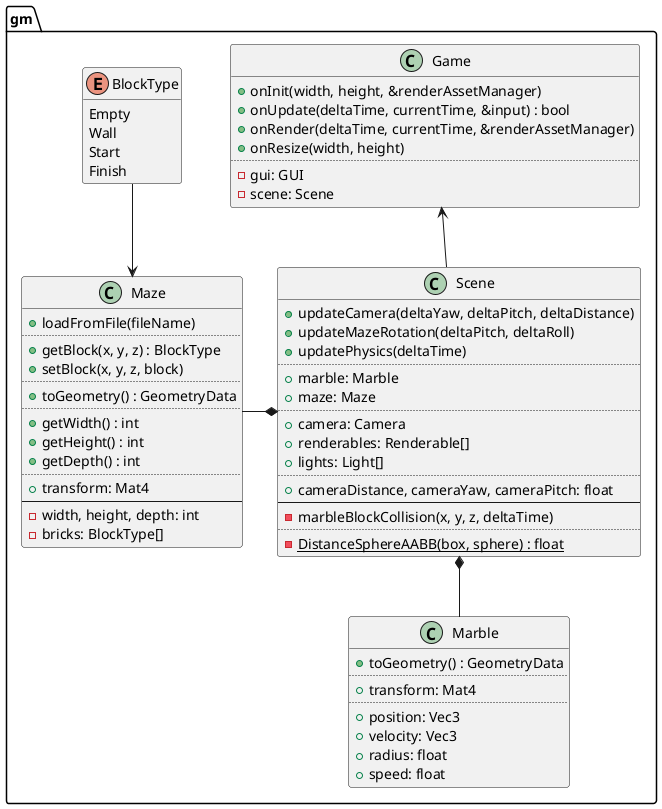
This is design/gm.png from ba6er/marblemaze, a PlantUML export, as it was before one commit. The source it was exported from:
```plantuml
@startuml
set separator ::

class gm::Game {
	+onInit(width, height, &renderAssetManager)
	+onUpdate(deltaTime, currentTime, &input) : bool
	+onRender(deltaTime, currentTime, &renderAssetManager)
	+onResize(width, height)
	..
	-gui: GUI
	-scene: Scene
}

class gm::Scene {
	+updateCamera(deltaYaw, deltaPitch, deltaDistance)
	+updateMazeRotation(deltaPitch, deltaRoll)
	+updatePhysics(deltaTime)
	..
	+marble: Marble
	+maze: Maze
	..
	+camera: Camera
	+renderables: Renderable[]
	+lights: Light[]
	..
	+cameraDistance, cameraYaw, cameraPitch: float
	--
	-marbleBlockCollision(x, y, z, deltaTime)
	..
	{static} -DistanceSphereAABB(box, sphere) : float
}

enum gm::BlockType {
	Empty
	Wall
	Start
	Finish
}
hide BlockType methods

class gm::Maze {
	+loadFromFile(fileName)
	..
	+getBlock(x, y, z) : BlockType
	+setBlock(x, y, z, block)
	..
	+toGeometry() : GeometryData
	..
	+getWidth() : int
	+getHeight() : int
	+getDepth() : int
	..
	+transform: Mat4
	--
	-width, height, depth: int
	-bricks: BlockType[]
}

class gm::Marble {
	+toGeometry() : GeometryData
	..
	+transform: Mat4
	..
	+position: Vec3
	+velocity: Vec3
	+radius: float
	+speed: float
}

Game <-- Scene

Maze <-up- BlockType

Scene *-left- Maze
Scene *-down- Marble

@enduml
```
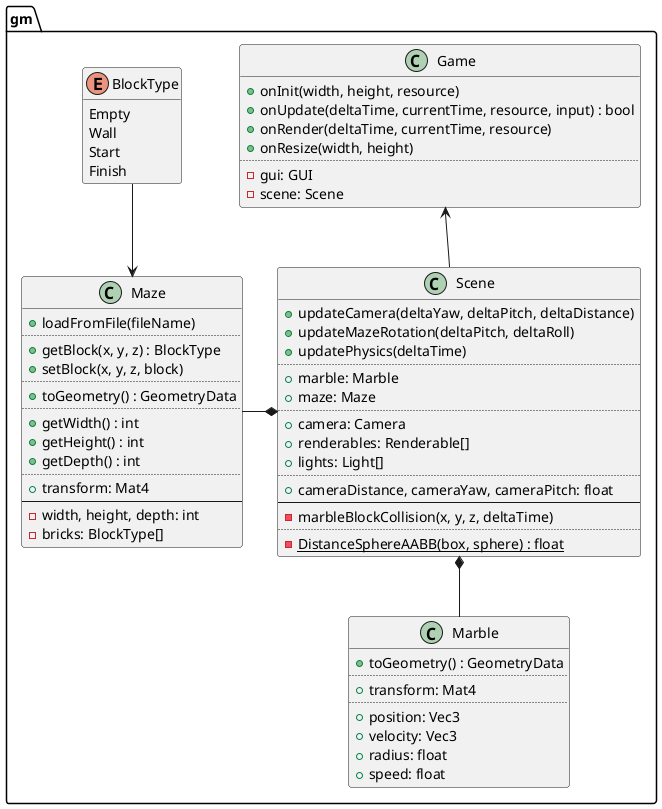
After the change.

Commit message:
Added ResourceManager reference to Game::onUpdate

Change to the diagram source:
```diff
@@ -2,9 +2,9 @@
 set separator ::
 
 class gm::Game {
-	+onInit(width, height, &renderAssetManager)
-	+onUpdate(deltaTime, currentTime, &input) : bool
-	+onRender(deltaTime, currentTime, &renderAssetManager)
+	+onInit(width, height, resource)
+	+onUpdate(deltaTime, currentTime, resource, input) : bool
+	+onRender(deltaTime, currentTime, resource)
 	+onResize(width, height)
 	..
 	-gui: GUI
@@ -67,11 +67,11 @@
 	+speed: float
 }
 
-Game <-- Scene
-
 Maze <-up- BlockType
 
 Scene *-left- Maze
 Scene *-down- Marble
 
+Game <-- Scene
+
 @enduml
```
